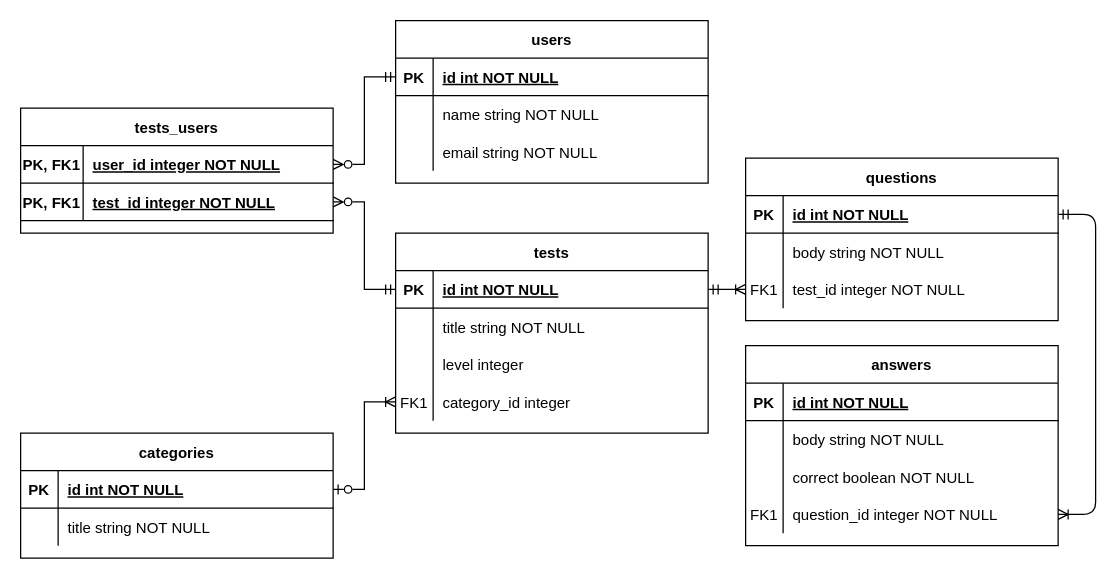
Earlier version of the draw.io diagram Test_Guru.drawio (Alyona-GS/Test_Guru). Source tidied: cells renumbered, new cells numbered last; positions are measured from the earlier drawing's top-left corner, leaving out a move shared by most shapes. Both pictures are drawn from the tidied source at 125%, with x=0, y=0 at pixel (20, 20).
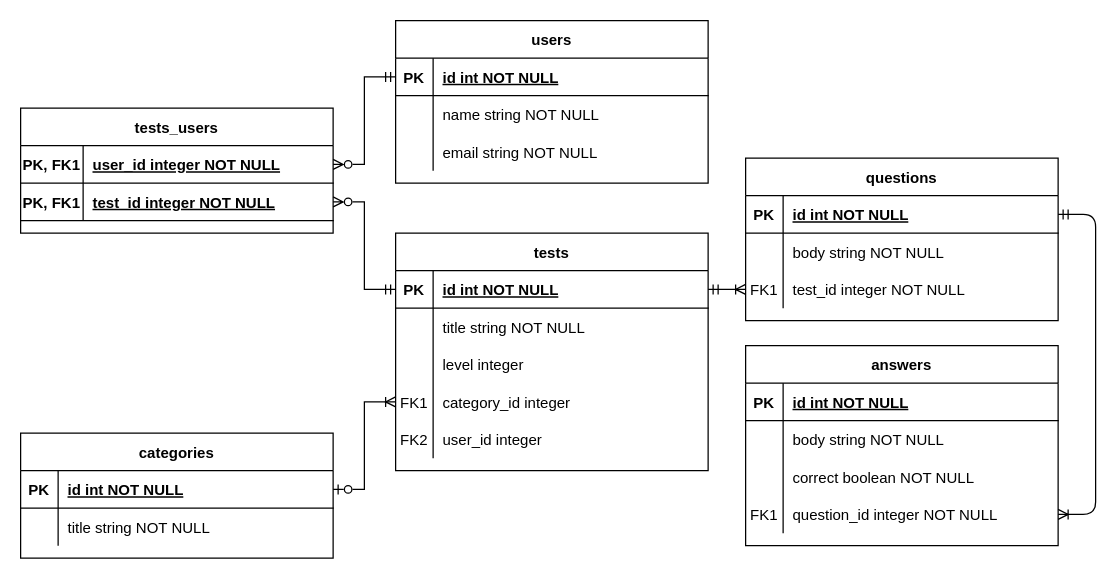
Above is the later version.

Diff of the diagram source:
```diff
@@
     <mxCell id="34" value="tests" style="shape=table;startSize=30;childLayout=tableLayout;rowLines=0;fontStyle=1;align=center;" parent="1" vertex="1">
-      <mxGeometry x="300" y="170" width="250" height="160" as="geometry" />
+      <mxGeometry x="300" y="170" width="250" height="190" as="geometry" />
     </mxCell>
@@
+    <mxCell id="67" style="shape=partialRectangle;fillColor=none;top=0;left=0;right=0;bottom=0;" parent="34" vertex="1">
+      <mxGeometry y="150" width="250" height="30" as="geometry" />
+    </mxCell>
+    <mxCell id="68" value="FK2" style="shape=partialRectangle;overflow=hidden;fillColor=none;top=0;left=0;bottom=0;right=0;" parent="67" vertex="1">
+      <mxGeometry width="30" height="30" as="geometry" />
+    </mxCell>
+    <mxCell id="69" value="user_id integer" style="shape=partialRectangle;overflow=hidden;fillColor=none;top=0;left=0;bottom=0;right=0;align=left;spacingLeft=6;" parent="67" vertex="1">
+      <mxGeometry x="30" width="220" height="30" as="geometry" />
+    </mxCell>
```
